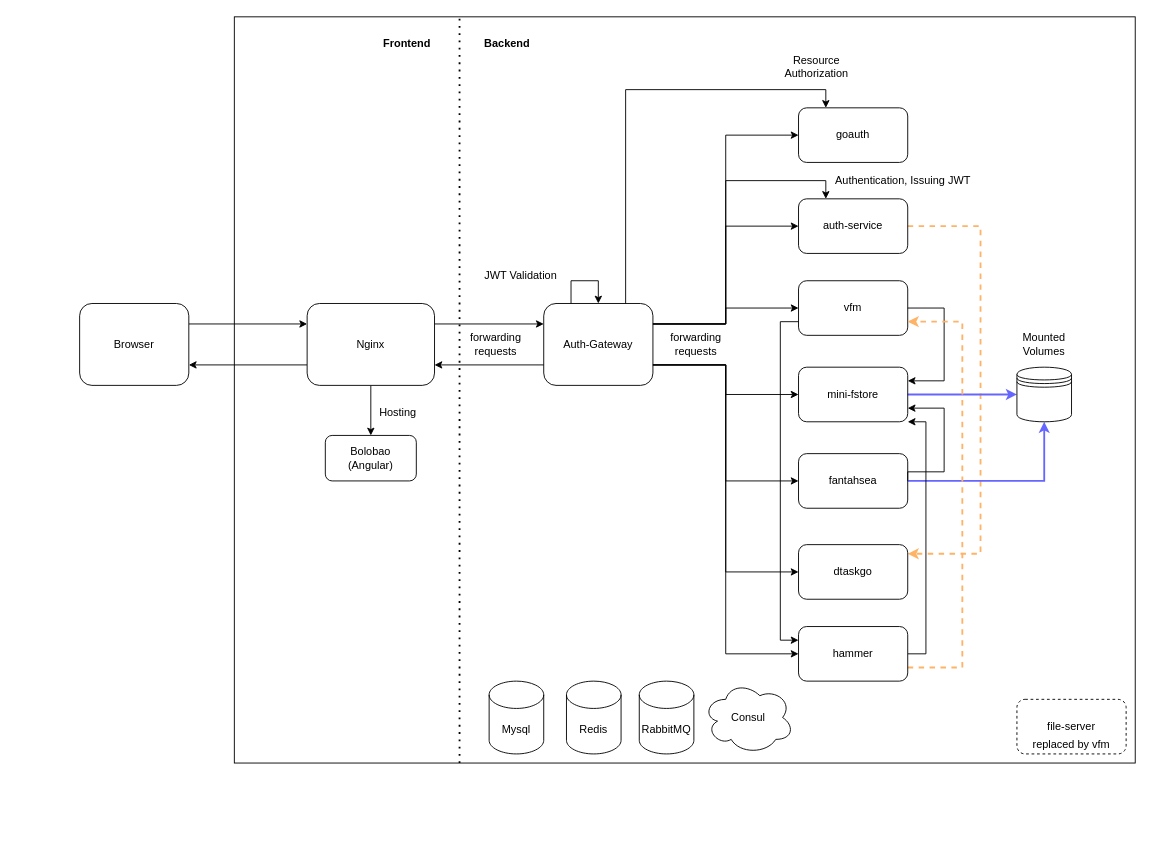
CurtisNewbie/system-overview keeps this draw.io diagram as system-overview.drawio. Above is the earlier version. Source tidied: cells renumbered, new cells numbered last; positions are measured from the earlier drawing's top-left corner, leaving out a move shared by most shapes. Both pictures are drawn from the tidied source at 91%, with x=0, y=0 at pixel (79, 16).
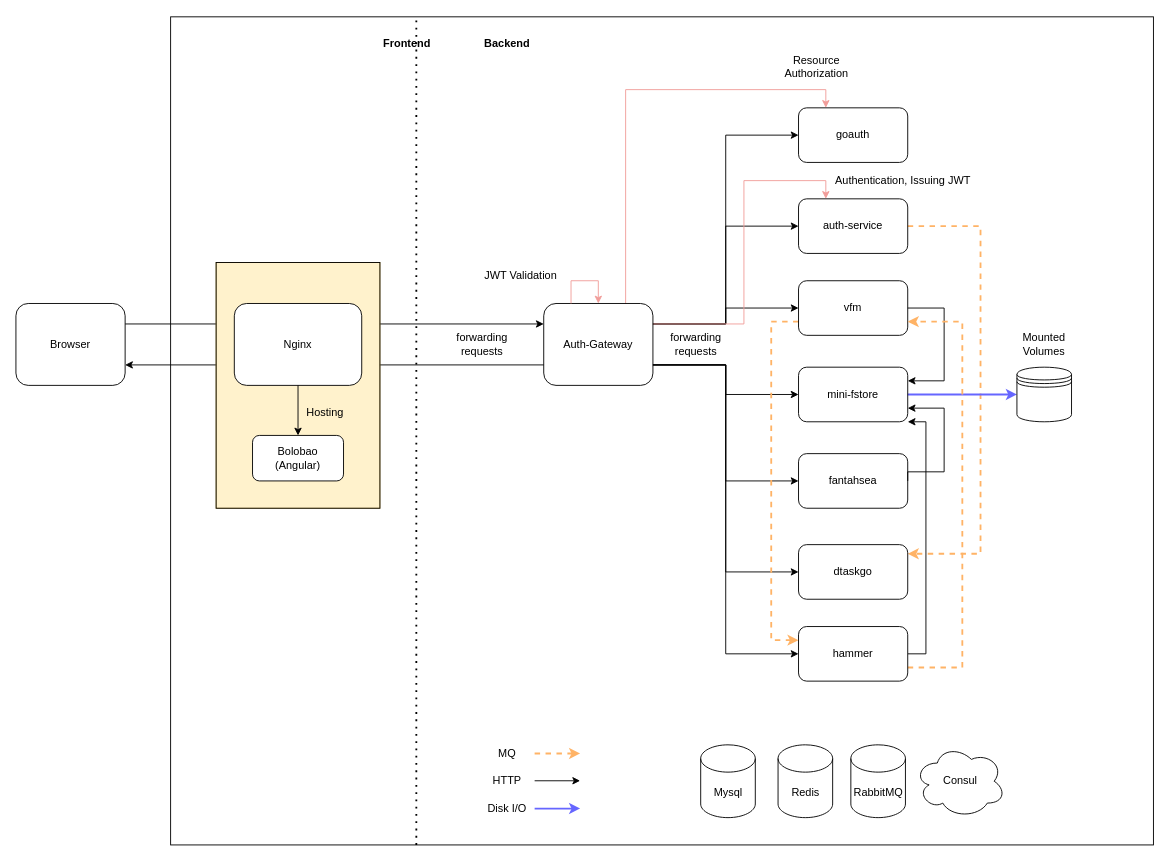
The same page after the edit.

Unchanged cells that the change refers to:
```xml
<mxCell id="20" value="Auth-Gateway" style="rounded=1;whiteSpace=wrap;html=1;fillColor=none;" parent="1" vertex="1">
  <mxGeometry x="510" y="315" width="120" height="90" as="geometry" />
</mxCell>
<mxCell id="21" value="goauth" style="rounded=1;whiteSpace=wrap;html=1;fillColor=none;" parent="1" vertex="1">
  <mxGeometry x="790" y="100" width="120" height="60" as="geometry" />
</mxCell>
<mxCell id="23" value="auth-service" style="rounded=1;whiteSpace=wrap;html=1;fillColor=none;" parent="1" vertex="1">
  <mxGeometry x="790" y="200" width="120" height="60" as="geometry" />
</mxCell>
<mxCell id="26" value="vfm" style="rounded=1;whiteSpace=wrap;html=1;fillColor=none;" parent="1" vertex="1">
  <mxGeometry x="790" y="290" width="120" height="60" as="geometry" />
</mxCell>
<mxCell id="31" value="fantahsea" style="rounded=1;whiteSpace=wrap;html=1;fillColor=none;" parent="1" vertex="1">
  <mxGeometry x="790" y="480" width="120" height="60" as="geometry" />
</mxCell>
<mxCell id="46" style="shape=datastore;whiteSpace=wrap;html=1;fillColor=none;" parent="1" vertex="1">
  <mxGeometry x="1030" y="385" width="60" height="60" as="geometry" />
</mxCell>
<mxCell id="53" value="hammer" style="rounded=1;whiteSpace=wrap;html=1;" parent="1" vertex="1">
  <mxGeometry x="790" y="670" width="120" height="60" as="geometry" />
</mxCell>
```

Change to the diagram source:
```diff
@@
     <mxCell id="2" style="rounded=0;whiteSpace=wrap;html=1;fillColor=none;" parent="1" vertex="1">
-      <mxGeometry x="170" width="990" height="820" as="geometry" />
+      <mxGeometry x="100" width="1080" height="910" as="geometry" />
     </mxCell>
@@
     <mxCell id="4" value="Browser" style="rounded=1;whiteSpace=wrap;html=1;" parent="1" vertex="1">
-      <mxGeometry y="315" width="120" height="90" as="geometry" />
+      <mxGeometry x="-70" y="315" width="120" height="90" as="geometry" />
     </mxCell>
-    <mxCell id="5" style="edgeStyle=orthogonalEdgeStyle;rounded=0;jettySize=auto;html=1;exitX=0.5;exitY=1;exitDx=0;exitDy=0;entryX=0.5;entryY=0;entryDx=0;entryDy=0;" parent="1" edge="1" source="8" target="9">
-      <mxGeometry relative="1" as="geometry" />
-    </mxCell>
@@
-    <mxCell id="8" value="Nginx" style="rounded=1;whiteSpace=wrap;html=1;" parent="1" vertex="1">
-      <mxGeometry x="250" y="315" width="140" height="90" as="geometry" />
-    </mxCell>
-    <mxCell id="9" value="Bolobao&lt;br&gt;(Angular)" style="rounded=1;whiteSpace=wrap;html=1;" parent="1" vertex="1">
-      <mxGeometry x="270" y="460" width="100" height="50" as="geometry" />
-    </mxCell>
@@
-    <mxCell id="11" style="edgeStyle=orthogonalEdgeStyle;rounded=0;jettySize=auto;html=1;exitX=0.75;exitY=0;exitDx=0;exitDy=0;entryX=0.25;entryY=0;entryDx=0;entryDy=0;" parent="1" edge="1" source="20" target="21">
+    <mxCell id="11" style="edgeStyle=orthogonalEdgeStyle;rounded=0;jettySize=auto;html=1;exitX=0.75;exitY=0;exitDx=0;exitDy=0;entryX=0.25;entryY=0;entryDx=0;entryDy=0;strokeColor=#F19C99;" parent="1" edge="1" source="20" target="21">
       <mxGeometry relative="1" as="geometry" />
     </mxCell>
@@
-    <mxCell id="19" style="edgeStyle=orthogonalEdgeStyle;rounded=0;jumpSize=6;jettySize=auto;html=1;exitX=1;exitY=0.25;exitDx=0;exitDy=0;entryX=0.25;entryY=0;entryDx=0;entryDy=0;strokeWidth=1;" parent="1" edge="1" source="20" target="23">
+    <mxCell id="19" style="edgeStyle=orthogonalEdgeStyle;rounded=0;jumpSize=6;jettySize=auto;html=1;exitX=1;exitY=0.25;exitDx=0;exitDy=0;entryX=0.25;entryY=0;entryDx=0;entryDy=0;strokeWidth=1;strokeColor=#F19C99;" parent="1" edge="1" source="20" target="23">
       <mxGeometry relative="1" as="geometry">
         <Array as="points">
-          <mxPoint x="710" y="338" />
-          <mxPoint x="710" y="180" />
+          <mxPoint x="730" y="338" />
+          <mxPoint x="730" y="180" />
           <mxPoint x="820" y="180" />
         </Array>
       </mxGeometry>
     </mxCell>
@@
-    <mxCell id="25" style="edgeStyle=orthogonalEdgeStyle;rounded=0;jettySize=auto;html=1;exitX=0;exitY=0.75;exitDx=0;exitDy=0;entryX=0;entryY=0.25;entryDx=0;entryDy=0;" parent="1" edge="1" source="26" target="53">
-      <mxGeometry relative="1" as="geometry" />
+    <mxCell id="25" style="edgeStyle=orthogonalEdgeStyle;rounded=0;jettySize=auto;html=1;exitX=0;exitY=0.75;exitDx=0;exitDy=0;entryX=0;entryY=0.25;entryDx=0;entryDy=0;dashed=1;strokeWidth=2;strokeColor=#FFB366;" parent="1" edge="1" source="26" target="53">
+      <mxGeometry relative="1" as="geometry">
+        <Array as="points">
+          <mxPoint x="760" y="335" />
+          <mxPoint x="760" y="685" />
+        </Array>
+      </mxGeometry>
     </mxCell>
@@
-    <mxCell id="30" style="edgeStyle=orthogonalEdgeStyle;rounded=0;jettySize=auto;html=1;exitX=1;exitY=0.5;exitDx=0;exitDy=0;entryX=0.5;entryY=1;entryDx=0;entryDy=0;strokeColor=#6666FF;strokeWidth=2;" parent="1" edge="1" source="31" target="46">
-      <mxGeometry relative="1" as="geometry" />
-    </mxCell>
@@
     <mxCell id="33" value="Mysql" style="shape=cylinder3;whiteSpace=wrap;html=1;boundedLbl=1;backgroundOutline=1;size=15;fillColor=none;" parent="1" vertex="1">
-      <mxGeometry x="450" y="730" width="60" height="80" as="geometry" />
+      <mxGeometry x="682.5" y="800" width="60" height="80" as="geometry" />
     </mxCell>
     <mxCell id="34" value="Redis" style="shape=cylinder3;whiteSpace=wrap;html=1;boundedLbl=1;backgroundOutline=1;size=15;fillColor=none;" parent="1" vertex="1">
-      <mxGeometry x="535" y="730" width="60" height="80" as="geometry" />
+      <mxGeometry x="767.5" y="800" width="60" height="80" as="geometry" />
     </mxCell>
-    <mxCell id="35" style="edgeStyle=orthogonalEdgeStyle;rounded=0;orthogonalLoop=1;jettySize=auto;html=1;exitX=0.25;exitY=0;exitDx=0;exitDy=0;entryX=0.5;entryY=0;entryDx=0;entryDy=0;" parent="1" edge="1" source="20" target="20">
+    <mxCell id="35" style="edgeStyle=orthogonalEdgeStyle;rounded=0;orthogonalLoop=1;jettySize=auto;html=1;exitX=0.25;exitY=0;exitDx=0;exitDy=0;entryX=0.5;entryY=0;entryDx=0;entryDy=0;strokeColor=#F19C99;" parent="1" edge="1" source="20" target="20">
       <mxGeometry relative="1" as="geometry">
         <Array as="points">
           <mxPoint x="540" y="290" />
           <mxPoint x="570" y="290" />
         </Array>
       </mxGeometry>
     </mxCell>
-    <mxCell id="36" value="Hosting" style="text;html=1;strokeColor=none;fillColor=none;align=center;verticalAlign=middle;whiteSpace=wrap;rounded=0;" parent="1" vertex="1">
-      <mxGeometry x="330" y="425" width="40" height="20" as="geometry" />
-    </mxCell>
@@
     <mxCell id="43" value="RabbitMQ" style="shape=cylinder3;whiteSpace=wrap;html=1;boundedLbl=1;backgroundOutline=1;size=15;fillColor=none;" parent="1" vertex="1">
-      <mxGeometry x="615" y="730" width="60" height="80" as="geometry" />
+      <mxGeometry x="847.5" y="800" width="60" height="80" as="geometry" />
     </mxCell>
     <mxCell id="44" value="&lt;span&gt;Consul&lt;/span&gt;" style="ellipse;shape=cloud;whiteSpace=wrap;html=1;fillColor=none;" parent="1" vertex="1">
-      <mxGeometry x="685" y="730" width="100" height="80" as="geometry" />
+      <mxGeometry x="917.5" y="800" width="100" height="80" as="geometry" />
     </mxCell>
     <mxCell id="45" value="forwarding requests" style="text;html=1;strokeColor=none;fillColor=none;align=center;verticalAlign=middle;whiteSpace=wrap;rounded=0;" parent="1" vertex="1">
-      <mxGeometry x="425" y="350" width="65" height="20" as="geometry" />
+      <mxGeometry x="410" y="350" width="65" height="20" as="geometry" />
     </mxCell>
@@
-    <mxCell id="48" style="group;" parent="1" vertex="1">
-      <mxGeometry x="1030" y="750" width="120" height="60" as="geometry" />
-    </mxCell>
-    <mxCell id="49" value="file-server" style="rounded=1;whiteSpace=wrap;html=1;dashed=1;" parent="48" vertex="1">
-      <mxGeometry width="120" height="60" as="geometry" />
-    </mxCell>
-    <mxCell id="50" value="replaced by vfm" style="text;html=1;strokeColor=none;fillColor=none;align=center;verticalAlign=middle;whiteSpace=wrap;rounded=0;dashed=1;" parent="48" vertex="1">
-      <mxGeometry x="10" y="40" width="100" height="20" as="geometry" />
-    </mxCell>
@@
+    <mxCell id="55" style="endArrow=classic;html=1;dashed=1;strokeColor=#FFB366;strokeWidth=2;" parent="1" edge="1">
+      <mxGeometry relative="1" as="geometry">
+        <mxPoint x="500" y="809.5" as="sourcePoint" />
+        <mxPoint x="550" y="809.5" as="targetPoint" />
+      </mxGeometry>
+    </mxCell>
+    <mxCell id="56" value="MQ" style="text;html=1;strokeColor=none;fillColor=none;align=center;verticalAlign=middle;whiteSpace=wrap;rounded=0;" parent="1" vertex="1">
+      <mxGeometry x="450" y="800" width="40" height="20" as="geometry" />
+    </mxCell>
+    <mxCell id="57" style="endArrow=classic;html=1;strokeWidth=1;" parent="1" edge="1">
+      <mxGeometry relative="1" as="geometry">
+        <mxPoint x="500" y="839.5" as="sourcePoint" />
+        <mxPoint x="550" y="839.5" as="targetPoint" />
+      </mxGeometry>
+    </mxCell>
+    <mxCell id="58" value="HTTP" style="text;html=1;strokeColor=none;fillColor=none;align=center;verticalAlign=middle;whiteSpace=wrap;rounded=0;" parent="1" vertex="1">
+      <mxGeometry x="450" y="830" width="40" height="20" as="geometry" />
+    </mxCell>
+    <mxCell id="59" style="endArrow=classic;html=1;strokeWidth=2;strokeColor=#6666FF;" parent="1" edge="1">
+      <mxGeometry relative="1" as="geometry">
+        <mxPoint x="500" y="870" as="sourcePoint" />
+        <mxPoint x="550" y="870" as="targetPoint" />
+      </mxGeometry>
+    </mxCell>
+    <mxCell id="60" value="Disk I/O" style="text;html=1;strokeColor=none;fillColor=none;align=center;verticalAlign=middle;whiteSpace=wrap;rounded=0;" parent="1" vertex="1">
+      <mxGeometry x="445" y="860" width="50" height="20" as="geometry" />
+    </mxCell>
+    <mxCell id="61" style="group;fillColor=#fff2cc;strokeColor=#d6b656;" parent="1" vertex="1">
+      <mxGeometry x="150" y="270" width="180" height="270" as="geometry" />
+    </mxCell>
+    <mxCell id="62" style="rounded=0;whiteSpace=wrap;html=1;fillColor=none;" parent="61" vertex="1">
+      <mxGeometry width="180" height="270" as="geometry" />
+    </mxCell>
+    <mxCell id="8" value="Nginx" style="rounded=1;whiteSpace=wrap;html=1;" parent="61" vertex="1">
+      <mxGeometry x="20" y="45" width="140" height="90" as="geometry" />
+    </mxCell>
+    <mxCell id="9" value="Bolobao&lt;br&gt;(Angular)" style="rounded=1;whiteSpace=wrap;html=1;" parent="61" vertex="1">
+      <mxGeometry x="40" y="190" width="100" height="50" as="geometry" />
+    </mxCell>
+    <mxCell id="5" style="edgeStyle=orthogonalEdgeStyle;rounded=0;jettySize=auto;html=1;exitX=0.5;exitY=1;exitDx=0;exitDy=0;entryX=0.5;entryY=0;entryDx=0;entryDy=0;" parent="61" edge="1" source="8" target="9">
+      <mxGeometry relative="1" as="geometry" />
+    </mxCell>
+    <mxCell id="36" value="Hosting" style="text;html=1;strokeColor=none;fillColor=none;align=center;verticalAlign=middle;whiteSpace=wrap;rounded=0;" parent="61" vertex="1">
+      <mxGeometry x="100" y="155" width="40" height="20" as="geometry" />
+    </mxCell>
```
